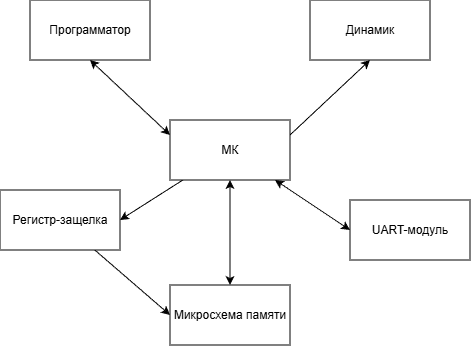
Earlier version of the draw.io export cource-papers/mps/s_scheme.png (vzalygin/bmstu-ics6). Source tidied: cells renumbered, new cells last; positions are measured from the earlier drawing's top-left corner, leaving out a move shared by most shapes.
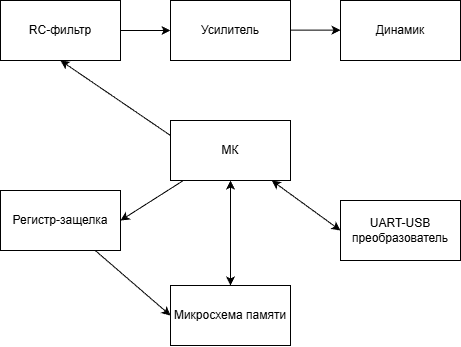
Above is the later version.

Change to the diagram source:
```diff
@@ -2,7 +2,7 @@
   <root>
     <mxCell id="0" />
     <mxCell id="1" parent="0" />
-    <mxCell id="2" style="rounded=0;jettySize=auto;html=1;exitX=1;exitY=0.25;exitDx=0;exitDy=0;entryX=0.5;entryY=1;entryDx=0;entryDy=0;" parent="1" edge="1" source="6" target="12">
+    <mxCell id="2" style="rounded=0;jettySize=auto;html=1;exitX=0;exitY=0.25;exitDx=0;exitDy=0;entryX=0.5;entryY=1;entryDx=0;entryDy=0;" parent="1" edge="1" source="6" target="14">
       <mxGeometry relative="1" as="geometry" />
     </mxCell>
     <mxCell id="3" style="rounded=0;jettySize=auto;html=1;entryX=0;entryY=0.5;entryDx=0;entryDy=0;startArrow=classic;startFill=1;" parent="1" edge="1" source="6" target="11">
@@ -17,9 +17,6 @@
     <mxCell id="6" value="МК" style="rounded=0;whiteSpace=wrap;html=1;" parent="1" vertex="1">
       <mxGeometry x="170" y="120" width="120" height="60" as="geometry" />
     </mxCell>
-    <mxCell id="7" value="Программатор" style="rounded=0;whiteSpace=wrap;html=1;" parent="1" vertex="1">
-      <mxGeometry x="30" width="120" height="60" as="geometry" />
-    </mxCell>
     <mxCell id="8" style="rounded=0;jettySize=auto;html=1;entryX=0;entryY=0.5;entryDx=0;entryDy=0;" parent="1" edge="1" source="9" target="10">
       <mxGeometry relative="1" as="geometry" />
     </mxCell>
@@ -29,14 +26,26 @@
     <mxCell id="10" value="Микросхема памяти" style="rounded=0;whiteSpace=wrap;html=1;" parent="1" vertex="1">
       <mxGeometry x="170" y="285" width="120" height="60" as="geometry" />
     </mxCell>
-    <mxCell id="11" value="UART-модуль" style="rounded=0;whiteSpace=wrap;html=1;" parent="1" vertex="1">
-      <mxGeometry x="350" y="200" width="120" height="60" as="geometry" />
+    <mxCell id="11" value="UART-USB&lt;div&gt;преобразователь&lt;/div&gt;" style="rounded=0;whiteSpace=wrap;html=1;" parent="1" vertex="1">
+      <mxGeometry x="340" y="200" width="120" height="60" as="geometry" />
     </mxCell>
     <mxCell id="12" value="Динамик" style="rounded=0;whiteSpace=wrap;html=1;" parent="1" vertex="1">
-      <mxGeometry x="310" width="120" height="60" as="geometry" />
+      <mxGeometry x="340" width="120" height="60" as="geometry" />
     </mxCell>
-    <mxCell id="13" style="edgeStyle=none;jettySize=auto;html=1;rounded=0;exitX=0;exitY=0.25;exitDx=0;exitDy=0;entryX=0.5;entryY=1;entryDx=0;entryDy=0;startArrow=classic;startFill=1;endArrow=classic;endFill=1;" parent="1" edge="1" source="6" target="7">
-      <mxGeometry relative="1" as="geometry" />
-    </mxCell>
+    <mxCell id="14" value="RC-фильтр" style="rounded=0;whiteSpace=wrap;html=1;" parent="1" vertex="1">
+      <mxGeometry width="120" height="60" as="geometry" />
+    </mxCell>
+    <mxCell id="15" value="Усилитель" style="rounded=0;whiteSpace=wrap;html=1;" parent="1" vertex="1">
+      <mxGeometry x="170" width="120" height="60" as="geometry" />
+    </mxCell>
+    <mxCell id="16" style="rounded=0;jettySize=auto;html=1;exitX=1;exitY=0.5;exitDx=0;exitDy=0;entryX=0;entryY=0.5;entryDx=0;entryDy=0;" parent="1" edge="1" source="14" target="15">
+      <mxGeometry relative="1" as="geometry" />
+    </mxCell>
+    <mxCell id="17" style="rounded=0;orthogonalLoop=1;jettySize=auto;html=1;exitX=1;exitY=0.5;exitDx=0;exitDy=0;entryX=0;entryY=0.5;entryDx=0;entryDy=0;" parent="1" edge="1">
+      <mxGeometry relative="1" as="geometry">
+        <mxPoint x="290" y="29.7" as="sourcePoint" />
+        <mxPoint x="340" y="29.7" as="targetPoint" />
+      </mxGeometry>
+    </mxCell>
   </root>
 </mxGraphModel>
```
